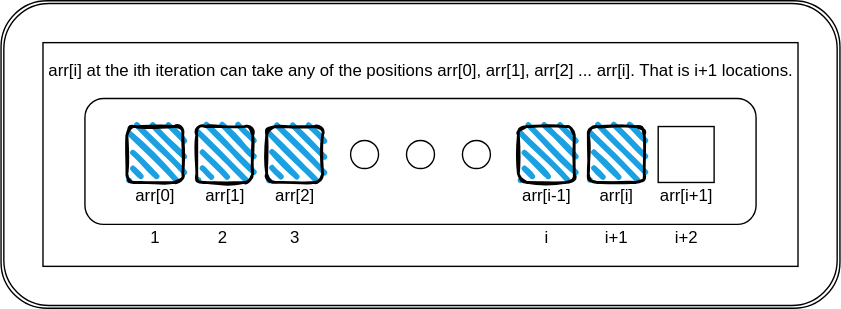
Above: Practice 1.b/answer1.drawio.svg in WitherVexStorm/Design-And-Analysis-of-Algorithms-I (draw.io), before the change. Source tidied: cells renumbered, new cells last; positions are measured from the earlier drawing's top-left corner, leaving out a move shared by most shapes. Source of this version:
```xml
<mxGraphModel>
  <root>
    <mxCell id="0" />
    <mxCell id="1" parent="0" />
    <mxCell id="2" style="shape=ext;double=1;rounded=1;whiteSpace=wrap;html=1;" parent="1" vertex="1">
      <mxGeometry width="600" height="220" as="geometry" />
    </mxCell>
    <mxCell id="3" style="rounded=0;whiteSpace=wrap;html=1;" parent="1" vertex="1">
      <mxGeometry x="30" y="30" width="540" height="160" as="geometry" />
    </mxCell>
    <mxCell id="4" style="rounded=1;whiteSpace=wrap;html=1;" parent="1" vertex="1">
      <mxGeometry x="60" y="70" width="480" height="90" as="geometry" />
    </mxCell>
    <mxCell id="5" value="arr[0]" style="text;html=1;align=center;verticalAlign=middle;strokeColor=none;fillColor=none;" parent="1" vertex="1">
      <mxGeometry x="90" y="130" width="40" height="20" as="geometry" />
    </mxCell>
    <mxCell id="6" value="arr[1]" style="text;html=1;align=center;verticalAlign=middle;strokeColor=none;fillColor=none;" parent="1" vertex="1">
      <mxGeometry x="140" y="130" width="40" height="20" as="geometry" />
    </mxCell>
    <mxCell id="7" value="arr[2]" style="text;html=1;align=center;verticalAlign=middle;strokeColor=none;fillColor=none;" parent="1" vertex="1">
      <mxGeometry x="190" y="130" width="40" height="20" as="geometry" />
    </mxCell>
    <mxCell id="8" value="arr[i-1]" style="text;html=1;align=center;verticalAlign=middle;strokeColor=none;fillColor=none;" parent="1" vertex="1">
      <mxGeometry x="365" y="130" width="50" height="20" as="geometry" />
    </mxCell>
    <mxCell id="9" value="arr[i]" style="text;html=1;align=center;verticalAlign=middle;strokeColor=none;fillColor=none;" parent="1" vertex="1">
      <mxGeometry x="420" y="130" width="40" height="20" as="geometry" />
    </mxCell>
    <mxCell id="10" style="rounded=0;whiteSpace=wrap;html=1;" parent="1" vertex="1">
      <mxGeometry x="470" y="90" width="40" height="40" as="geometry" />
    </mxCell>
    <mxCell id="11" value="arr[i+1]" style="text;html=1;align=center;verticalAlign=middle;strokeColor=none;fillColor=none;" parent="1" vertex="1">
      <mxGeometry x="465" y="130" width="50" height="20" as="geometry" />
    </mxCell>
    <mxCell id="12" style="ellipse;whiteSpace=wrap;html=1;" parent="1" vertex="1">
      <mxGeometry x="250" y="100" width="20" height="20" as="geometry" />
    </mxCell>
    <mxCell id="13" style="ellipse;whiteSpace=wrap;html=1;" parent="1" vertex="1">
      <mxGeometry x="290" y="100" width="20" height="20" as="geometry" />
    </mxCell>
    <mxCell id="14" style="ellipse;whiteSpace=wrap;html=1;" parent="1" vertex="1">
      <mxGeometry x="330" y="100" width="20" height="20" as="geometry" />
    </mxCell>
    <mxCell id="15" style="rounded=1;whiteSpace=wrap;html=1;strokeWidth=2;fillWeight=4;hachureGap=8;hachureAngle=45;fillColor=#1ba1e2;sketch=1;" parent="1" vertex="1">
      <mxGeometry x="90" y="90" width="40" height="40" as="geometry" />
    </mxCell>
    <mxCell id="16" style="rounded=1;whiteSpace=wrap;html=1;strokeWidth=2;fillWeight=4;hachureGap=8;hachureAngle=45;fillColor=#1ba1e2;sketch=1;" parent="1" vertex="1">
      <mxGeometry x="140" y="90" width="40" height="40" as="geometry" />
    </mxCell>
    <mxCell id="17" style="rounded=1;whiteSpace=wrap;html=1;strokeWidth=2;fillWeight=4;hachureGap=8;hachureAngle=45;fillColor=#1ba1e2;sketch=1;" parent="1" vertex="1">
      <mxGeometry x="190" y="90" width="40" height="40" as="geometry" />
    </mxCell>
    <mxCell id="18" style="rounded=1;whiteSpace=wrap;html=1;strokeWidth=2;fillWeight=4;hachureGap=8;hachureAngle=45;fillColor=#1ba1e2;sketch=1;" parent="1" vertex="1">
      <mxGeometry x="370" y="90" width="40" height="40" as="geometry" />
    </mxCell>
    <mxCell id="19" style="rounded=1;whiteSpace=wrap;html=1;strokeWidth=2;fillWeight=4;hachureGap=8;hachureAngle=45;fillColor=#1ba1e2;sketch=1;" parent="1" vertex="1">
      <mxGeometry x="420" y="90" width="40" height="40" as="geometry" />
    </mxCell>
    <mxCell id="20" value="arr[i] at the ith iteration can take any of the positions arr[0], arr[1], arr[2] ... arr[i]. That is i+1 locations." style="text;html=1;align=center;verticalAlign=middle;strokeColor=none;fillColor=none;" parent="1" vertex="1">
      <mxGeometry x="25" y="40" width="550" height="20" as="geometry" />
    </mxCell>
    <mxCell id="21" value="1" style="text;html=1;align=center;verticalAlign=middle;strokeColor=none;fillColor=none;" parent="1" vertex="1">
      <mxGeometry x="100" y="160" width="20" height="20" as="geometry" />
    </mxCell>
    <mxCell id="22" value="2&lt;span style=&quot;color: rgba(0 , 0 , 0 , 0) ; font-family: monospace ; font-size: 0px&quot;&gt;%3CmxGraphModel%3E%3Croot%3E%3CmxCell%20id%3D%220%22%2F%3E%3CmxCell%20id%3D%221%22%20parent%3D%220%22%2F%3E%3CmxCell%20id%3D%222%22%20value%3D%221%22%20style%3D%22text%3Bhtml%3D1%3Balign%3Dcenter%3BverticalAlign%3Dmiddle%3Bresizable%3D0%3Bpoints%3D%5B%5D%3Bautosize%3D1%3BstrokeColor%3Dnone%3BfillColor%3Dnone%3B%22%20vertex%3D%221%22%20parent%3D%221%22%3E%3CmxGeometry%20x%3D%22100%22%20y%3D%22240%22%20width%3D%2220%22%20height%3D%2220%22%20as%3D%22geometry%22%2F%3E%3C%2FmxCell%3E%3C%2Froot%3E%3C%2FmxGraphModel%3E&lt;/span&gt;" style="text;html=1;align=center;verticalAlign=middle;strokeColor=none;fillColor=none;" parent="1" vertex="1">
      <mxGeometry x="150" y="160" width="20" height="20" as="geometry" />
    </mxCell>
    <mxCell id="23" value="3" style="text;html=1;align=center;verticalAlign=middle;strokeColor=none;fillColor=none;" parent="1" vertex="1">
      <mxGeometry x="200" y="160" width="20" height="20" as="geometry" />
    </mxCell>
    <mxCell id="24" value="i" style="text;html=1;align=center;verticalAlign=middle;strokeColor=none;fillColor=none;" parent="1" vertex="1">
      <mxGeometry x="380" y="160" width="20" height="20" as="geometry" />
    </mxCell>
    <mxCell id="25" value="i+1" style="text;html=1;align=center;verticalAlign=middle;strokeColor=none;fillColor=none;" parent="1" vertex="1">
      <mxGeometry x="425" y="160" width="30" height="20" as="geometry" />
    </mxCell>
    <mxCell id="26" value="i+2" style="text;html=1;align=center;verticalAlign=middle;strokeColor=none;fillColor=none;" parent="1" vertex="1">
      <mxGeometry x="475" y="160" width="30" height="20" as="geometry" />
    </mxCell>
  </root>
</mxGraphModel>
```
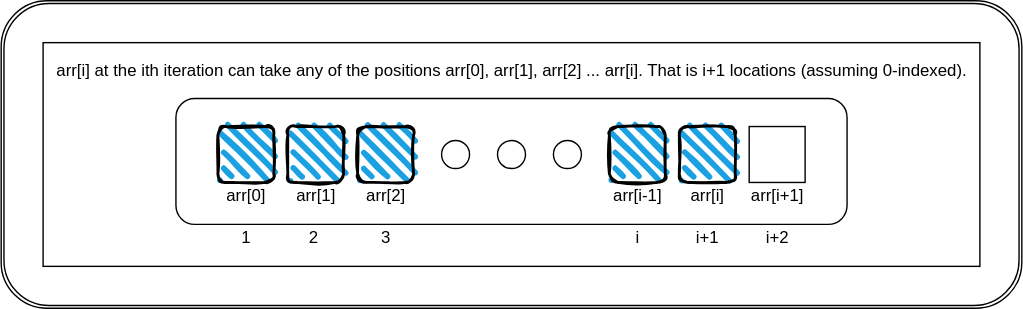
Above is the later version.

Change to the diagram source:
```diff
@@ -3,10 +3,10 @@
     <mxCell id="0" />
     <mxCell id="1" parent="0" />
     <mxCell id="2" style="shape=ext;double=1;rounded=1;whiteSpace=wrap;html=1;" parent="1" vertex="1">
-      <mxGeometry width="600" height="220" as="geometry" />
+      <mxGeometry x="-65" width="730" height="220" as="geometry" />
     </mxCell>
     <mxCell id="3" style="rounded=0;whiteSpace=wrap;html=1;" parent="1" vertex="1">
-      <mxGeometry x="30" y="30" width="540" height="160" as="geometry" />
+      <mxGeometry x="-35" y="30" width="670" height="160" as="geometry" />
     </mxCell>
     <mxCell id="4" style="rounded=1;whiteSpace=wrap;html=1;" parent="1" vertex="1">
       <mxGeometry x="60" y="70" width="480" height="90" as="geometry" />
@@ -56,8 +56,8 @@
     <mxCell id="19" style="rounded=1;whiteSpace=wrap;html=1;strokeWidth=2;fillWeight=4;hachureGap=8;hachureAngle=45;fillColor=#1ba1e2;sketch=1;" parent="1" vertex="1">
       <mxGeometry x="420" y="90" width="40" height="40" as="geometry" />
     </mxCell>
-    <mxCell id="20" value="arr[i] at the ith iteration can take any of the positions arr[0], arr[1], arr[2] ... arr[i]. That is i+1 locations." style="text;html=1;align=center;verticalAlign=middle;strokeColor=none;fillColor=none;" parent="1" vertex="1">
-      <mxGeometry x="25" y="40" width="550" height="20" as="geometry" />
+    <mxCell id="20" value="arr[i] at the ith iteration can take any of the positions arr[0], arr[1], arr[2] ... arr[i]. That is i+1 locations (assuming 0-indexed)." style="text;html=1;align=center;verticalAlign=middle;strokeColor=none;fillColor=none;" parent="1" vertex="1">
+      <mxGeometry x="-35" y="40" width="670" height="20" as="geometry" />
     </mxCell>
     <mxCell id="21" value="1" style="text;html=1;align=center;verticalAlign=middle;strokeColor=none;fillColor=none;" parent="1" vertex="1">
       <mxGeometry x="100" y="160" width="20" height="20" as="geometry" />
```
